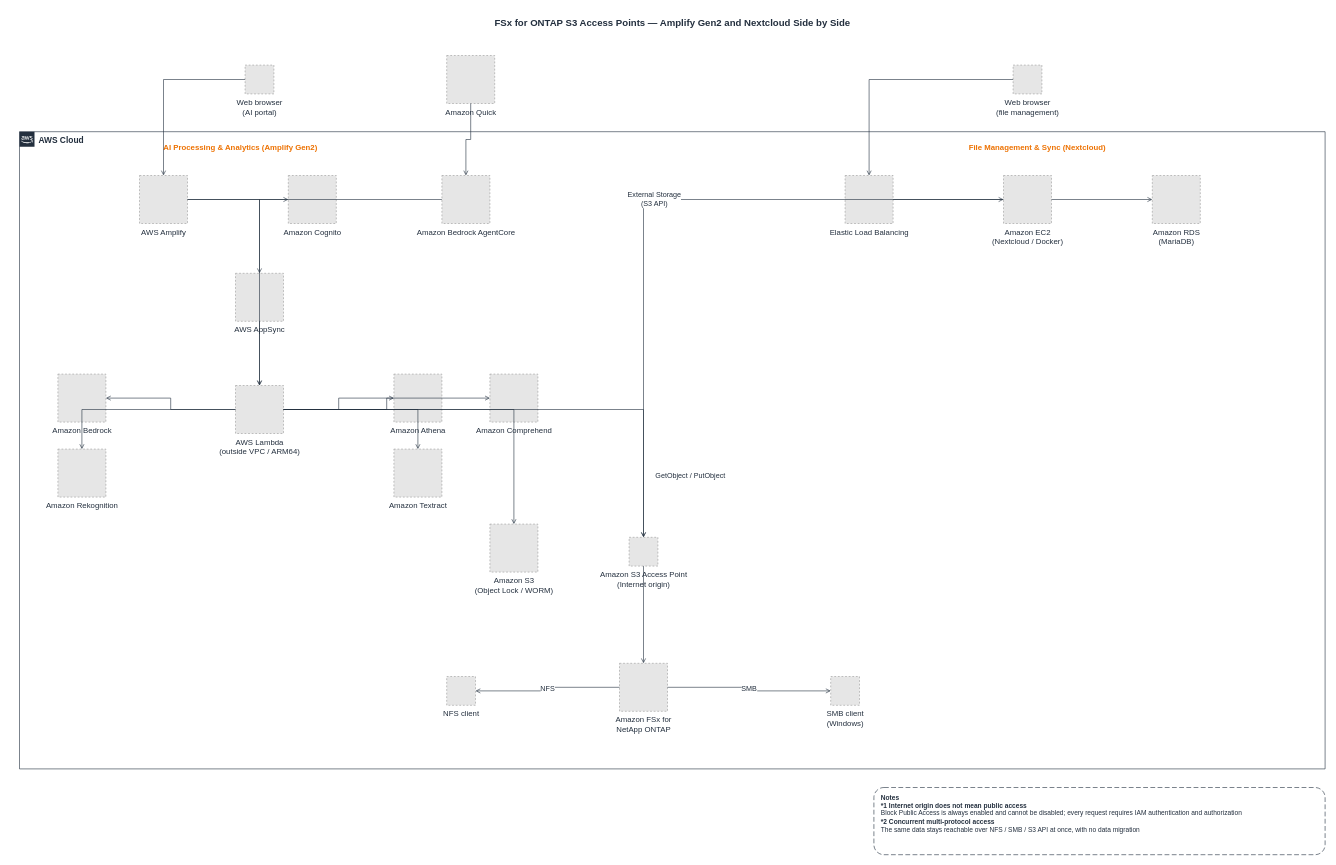
Before: docs/diagrams/coexistence-3path-en.drawio in Yoshiki0705/FSx-for-ONTAP-S3AccessPoints-Serverless-Patterns, a draw.io diagram. Source tidied: cells renumbered, new cells numbered last; positions are measured from the earlier drawing's top-left corner, leaving out a move shared by most shapes. Both pictures are drawn from the tidied source at 60%, with x=0, y=0 at pixel (19, 10). Pictures stored in the file or linked from it are replaced by grey dashed boxes.
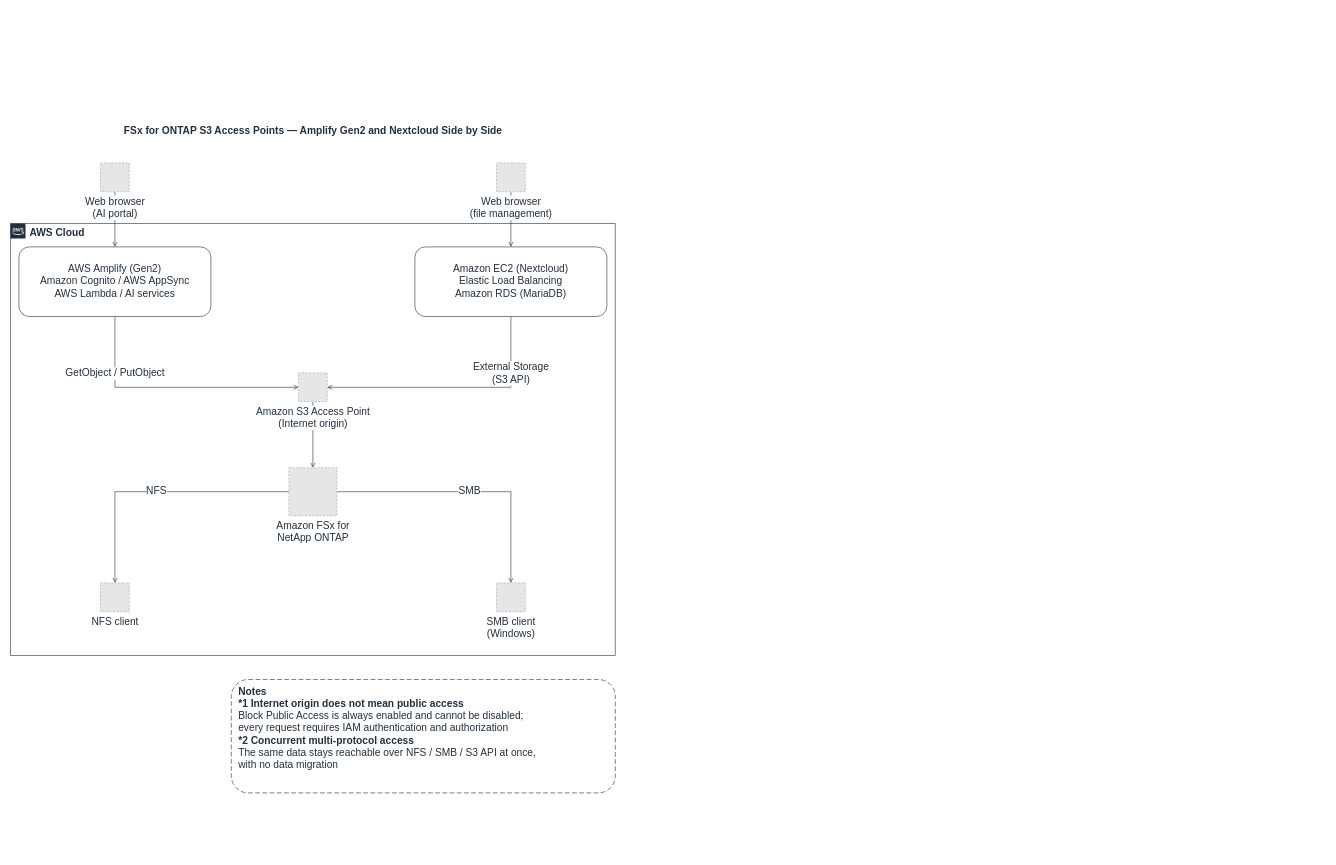
The same diagram, later.

The edit, as a diff of the source:
```diff
@@
+    <mxCell id="46" value="FSx for ONTAP S3 Access Points — Amplify Gen2 and Nextcloud Side by Side" style="text;html=1;align=center;verticalAlign=middle;fontSize=17;fontStyle=1;fontColor=#232F3E;" parent="1" vertex="1">
+      <mxGeometry x="-15" y="184" width="1008" height="34" as="geometry" />
+    </mxCell>
-    <mxCell id="2" value="AWS Cloud" style="gradientColor=none;html=1;whiteSpace=wrap;fontSize=14;fontStyle=1;shape=mxgraph.aws4.group;grIcon=mxgraph.aws4.group_aws_cloud_alt;strokeColor=#232F3E;fillColor=none;verticalAlign=top;align=left;spacingLeft=30;fontColor=#232F3E;dashed=0;" parent="1" vertex="1">
-      <mxGeometry y="202" width="2176" height="1062" as="geometry" />
+    <mxCell id="2" value="AWS Cloud" style="gradientColor=none;html=1;whiteSpace=wrap;fontSize=17;fontStyle=1;shape=mxgraph.aws4.group;grIcon=mxgraph.aws4.group_aws_cloud_alt;strokeColor=#232F3E;fillColor=none;verticalAlign=top;align=left;spacingLeft=30;fontColor=#232F3E;dashed=0;" parent="1" vertex="1">
+      <mxGeometry x="-15" y="355" width="1008" height="720" as="geometry" />
     </mxCell>
-    <mxCell id="3" value="AI Processing &amp; Analytics (Amplify Gen2)" style="text;html=1;align=center;verticalAlign=middle;fontSize=13;fontColor=#ED7100;fontStyle=1;" parent="1" vertex="1">
-      <mxGeometry x="192" y="215" width="352" height="25" as="geometry" />
-    </mxCell>
-    <mxCell id="4" value="File Management &amp; Sync (Nextcloud)" style="text;html=1;align=center;verticalAlign=middle;fontSize=13;fontColor=#ED7100;fontStyle=1;" parent="1" vertex="1">
-      <mxGeometry x="1504" y="215" width="384" height="25" as="geometry" />
-    </mxCell>
+    <mxCell id="48" style="edgeStyle=orthogonalEdgeStyle;rounded=0;jettySize=auto;html=1;endArrow=open;endFill=0;strokeColor=#232F3E;strokeWidth=1;fontSize=17;fontColor=#232F3E;labelBackgroundColor=#ffffff;" parent="1" edge="1" source="5" target="49">
+      <mxGeometry relative="1" as="geometry" />
+    </mxCell>
+    <mxCell id="26" style="edgeStyle=orthogonalEdgeStyle;rounded=0;jettySize=auto;html=1;endArrow=open;endFill=0;strokeColor=#232F3E;strokeWidth=1;fontSize=17;fontColor=#232F3E;labelBackgroundColor=#ffffff;" parent="1" edge="1" source="6" target="50">
+      <mxGeometry relative="1" as="geometry" />
+    </mxCell>
+    <mxCell id="27" value="GetObject / PutObject" style="edgeStyle=orthogonalEdgeStyle;rounded=0;jettySize=auto;html=1;endArrow=open;endFill=0;strokeColor=#232F3E;strokeWidth=1;fontSize=17;fontColor=#232F3E;labelBackgroundColor=#ffffff;exitX=0.5;exitY=1;exitDx=0;exitDy=0;entryX=0;entryY=0.5;entryDx=0;entryDy=0;" parent="1" edge="1" source="49" target="22">
+      <mxGeometry x="-0.55" relative="1" as="geometry" />
+    </mxCell>
+    <mxCell id="30" value="External Storage&lt;br&gt;(S3 API)" style="edgeStyle=orthogonalEdgeStyle;rounded=0;jettySize=auto;html=1;endArrow=open;endFill=0;strokeColor=#232F3E;strokeWidth=1;fontSize=17;fontColor=#232F3E;labelBackgroundColor=#ffffff;exitX=0.5;exitY=1;exitDx=0;exitDy=0;entryX=1;entryY=0.5;entryDx=0;entryDy=0;" parent="1" edge="1" source="50" target="22">
+      <mxGeometry x="-0.55" relative="1" as="geometry" />
+    </mxCell>
+    <mxCell id="32" style="edgeStyle=orthogonalEdgeStyle;rounded=0;jettySize=auto;html=1;endArrow=open;endFill=0;strokeColor=#232F3E;strokeWidth=1;fontSize=17;fontColor=#232F3E;labelBackgroundColor=#ffffff;" parent="1" edge="1" source="22" target="23">
+      <mxGeometry relative="1" as="geometry" />
+    </mxCell>
+    <mxCell id="33" value="NFS" style="edgeStyle=orthogonalEdgeStyle;rounded=0;jettySize=auto;html=1;endArrow=open;endFill=0;strokeColor=#232F3E;strokeWidth=1;fontSize=17;fontColor=#232F3E;labelBackgroundColor=#ffffff;" parent="1" edge="1" source="23" target="24">
+      <mxGeometry relative="1" as="geometry" />
+    </mxCell>
+    <mxCell id="34" value="SMB" style="edgeStyle=orthogonalEdgeStyle;rounded=0;jettySize=auto;html=1;endArrow=open;endFill=0;strokeColor=#232F3E;strokeWidth=1;fontSize=17;fontColor=#232F3E;labelBackgroundColor=#ffffff;" parent="1" edge="1" source="23" target="25">
+      <mxGeometry relative="1" as="geometry" />
+    </mxCell>
-    <mxCell id="5" value="Web browser&#10;(AI portal)" style="fillColor=#E6E6E6;strokeColor=#999999;dashed=1;html=1;verticalLabelPosition=bottom;verticalAlign=top;labelPosition=center;align=center;fontSize=13;fontColor=#232F3E;" parent="1" vertex="1">
-      <mxGeometry x="376" y="91" width="48" height="48" as="geometry" />
+    <mxCell id="5" value="Web browser&lt;br&gt;(AI portal)" style="fillColor=#E6E6E6;strokeColor=#999999;dashed=1;html=1;verticalLabelPosition=bottom;verticalAlign=top;labelPosition=center;align=center;fontSize=17;fontColor=#232F3E;labelBackgroundColor=#FFFFFF;" parent="1" vertex="1">
+      <mxGeometry x="135" y="254" width="48" height="48" as="geometry" />
     </mxCell>
-    <mxCell id="6" value="Web browser&#10;(file management)" style="fillColor=#E6E6E6;strokeColor=#999999;dashed=1;html=1;verticalLabelPosition=bottom;verticalAlign=top;labelPosition=center;align=center;fontSize=13;fontColor=#232F3E;" parent="1" vertex="1">
-      <mxGeometry x="1656" y="91" width="48" height="48" as="geometry" />
+    <mxCell id="6" value="Web browser&lt;br&gt;(file management)" style="fillColor=#E6E6E6;strokeColor=#999999;dashed=1;html=1;verticalLabelPosition=bottom;verticalAlign=top;labelPosition=center;align=center;fontSize=17;fontColor=#232F3E;labelBackgroundColor=#FFFFFF;" parent="1" vertex="1">
+      <mxGeometry x="795" y="254" width="48" height="48" as="geometry" />
     </mxCell>
-    <mxCell id="7" value="Amazon Quick" style="fillColor=#E6E6E6;strokeColor=#999999;dashed=1;html=1;verticalLabelPosition=bottom;verticalAlign=top;labelPosition=center;align=center;fontSize=13;fontColor=#232F3E;" parent="1" vertex="1">
-      <mxGeometry x="712" y="75" width="80" height="80" as="geometry" />
-    </mxCell>
-    <mxCell id="8" value="AWS Amplify" style="fillColor=#E6E6E6;strokeColor=#999999;dashed=1;html=1;verticalLabelPosition=bottom;verticalAlign=top;labelPosition=center;align=center;fontSize=13;fontColor=#232F3E;" parent="1" vertex="1">
-      <mxGeometry x="200" y="275" width="80" height="80" as="geometry" />
-    </mxCell>
-    <mxCell id="9" value="Amazon Cognito" style="fillColor=#E6E6E6;strokeColor=#999999;dashed=1;html=1;verticalLabelPosition=bottom;verticalAlign=top;labelPosition=center;align=center;fontSize=13;fontColor=#232F3E;" parent="1" vertex="1">
-      <mxGeometry x="448" y="275" width="80" height="80" as="geometry" />
-    </mxCell>
-    <mxCell id="10" value="AWS AppSync" style="fillColor=#E6E6E6;strokeColor=#999999;dashed=1;html=1;verticalLabelPosition=bottom;verticalAlign=top;labelPosition=center;align=center;fontSize=13;fontColor=#232F3E;" parent="1" vertex="1">
-      <mxGeometry x="360" y="438" width="80" height="80" as="geometry" />
-    </mxCell>
-    <mxCell id="11" value="Amazon Bedrock AgentCore" style="fillColor=#E6E6E6;strokeColor=#999999;dashed=1;html=1;verticalLabelPosition=bottom;verticalAlign=top;labelPosition=center;align=center;fontSize=13;fontColor=#232F3E;" parent="1" vertex="1">
-      <mxGeometry x="704" y="275" width="80" height="80" as="geometry" />
-    </mxCell>
-    <mxCell id="12" value="AWS Lambda&#10;(outside VPC / ARM64)" style="fillColor=#E6E6E6;strokeColor=#999999;dashed=1;html=1;verticalLabelPosition=bottom;verticalAlign=top;labelPosition=center;align=center;fontSize=13;fontColor=#232F3E;" parent="1" vertex="1">
-      <mxGeometry x="360" y="625" width="80" height="80" as="geometry" />
-    </mxCell>
-    <mxCell id="13" value="Amazon Bedrock" style="fillColor=#E6E6E6;strokeColor=#999999;dashed=1;html=1;verticalLabelPosition=bottom;verticalAlign=top;labelPosition=center;align=center;fontSize=13;fontColor=#232F3E;" parent="1" vertex="1">
-      <mxGeometry x="64" y="606" width="80" height="80" as="geometry" />
-    </mxCell>
-    <mxCell id="14" value="Amazon Rekognition" style="fillColor=#E6E6E6;strokeColor=#999999;dashed=1;html=1;verticalLabelPosition=bottom;verticalAlign=top;labelPosition=center;align=center;fontSize=13;fontColor=#232F3E;" parent="1" vertex="1">
-      <mxGeometry x="64" y="731" width="80" height="80" as="geometry" />
-    </mxCell>
-    <mxCell id="15" value="Amazon Athena" style="fillColor=#E6E6E6;strokeColor=#999999;dashed=1;html=1;verticalLabelPosition=bottom;verticalAlign=top;labelPosition=center;align=center;fontSize=13;fontColor=#232F3E;" parent="1" vertex="1">
-      <mxGeometry x="624" y="606" width="80" height="80" as="geometry" />
-    </mxCell>
-    <mxCell id="16" value="Amazon Textract" style="fillColor=#E6E6E6;strokeColor=#999999;dashed=1;html=1;verticalLabelPosition=bottom;verticalAlign=top;labelPosition=center;align=center;fontSize=13;fontColor=#232F3E;" parent="1" vertex="1">
-      <mxGeometry x="624" y="731" width="80" height="80" as="geometry" />
-    </mxCell>
-    <mxCell id="17" value="Amazon Comprehend" style="fillColor=#E6E6E6;strokeColor=#999999;dashed=1;html=1;verticalLabelPosition=bottom;verticalAlign=top;labelPosition=center;align=center;fontSize=13;fontColor=#232F3E;" parent="1" vertex="1">
-      <mxGeometry x="784" y="606" width="80" height="80" as="geometry" />
-    </mxCell>
-    <mxCell id="18" value="Amazon S3&#10;(Object Lock / WORM)" style="fillColor=#E6E6E6;strokeColor=#999999;dashed=1;html=1;verticalLabelPosition=bottom;verticalAlign=top;labelPosition=center;align=center;fontSize=13;fontColor=#232F3E;" parent="1" vertex="1">
-      <mxGeometry x="784" y="856" width="80" height="80" as="geometry" />
-    </mxCell>
-    <mxCell id="19" value="Amazon EC2&#10;(Nextcloud / Docker)" style="fillColor=#E6E6E6;strokeColor=#999999;dashed=1;html=1;verticalLabelPosition=bottom;verticalAlign=top;labelPosition=center;align=center;fontSize=13;fontColor=#232F3E;" parent="1" vertex="1">
-      <mxGeometry x="1640" y="275" width="80" height="80" as="geometry" />
-    </mxCell>
-    <mxCell id="20" value="Elastic Load Balancing" style="fillColor=#E6E6E6;strokeColor=#999999;dashed=1;html=1;verticalLabelPosition=bottom;verticalAlign=top;labelPosition=center;align=center;fontSize=13;fontColor=#232F3E;" parent="1" vertex="1">
-      <mxGeometry x="1376" y="275" width="80" height="80" as="geometry" />
-    </mxCell>
-    <mxCell id="21" value="Amazon RDS&#10;(MariaDB)" style="fillColor=#E6E6E6;strokeColor=#999999;dashed=1;html=1;verticalLabelPosition=bottom;verticalAlign=top;labelPosition=center;align=center;fontSize=13;fontColor=#232F3E;" parent="1" vertex="1">
-      <mxGeometry x="1888" y="275" width="80" height="80" as="geometry" />
-    </mxCell>
+    <mxCell id="49" value="AWS Amplify (Gen2)&lt;br&gt;Amazon Cognito / AWS AppSync&lt;br&gt;AWS Lambda / AI services" style="rounded=1;whiteSpace=wrap;html=1;dashed=0;strokeColor=#232F3E;fillColor=#FFFFFF;align=center;verticalAlign=middle;fontSize=17;fontColor=#232F3E;" parent="1" vertex="1">
+      <mxGeometry x="-1" y="394" width="320" height="116" as="geometry" />
+    </mxCell>
+    <mxCell id="50" value="Amazon EC2 (Nextcloud)&lt;br&gt;Elastic Load Balancing&lt;br&gt;Amazon RDS (MariaDB)" style="rounded=1;whiteSpace=wrap;html=1;dashed=0;strokeColor=#232F3E;fillColor=#FFFFFF;align=center;verticalAlign=middle;fontSize=17;fontColor=#232F3E;" parent="1" vertex="1">
+      <mxGeometry x="659" y="394" width="320" height="116" as="geometry" />
+    </mxCell>
-    <mxCell id="22" value="Amazon S3 Access Point&#10;(Internet origin)" style="fillColor=#E6E6E6;strokeColor=#999999;dashed=1;html=1;verticalLabelPosition=bottom;verticalAlign=top;labelPosition=center;align=center;fontSize=13;fontColor=#232F3E;" parent="1" vertex="1">
-      <mxGeometry x="1016" y="878" width="48" height="48" as="geometry" />
+    <mxCell id="22" value="Amazon S3 Access Point&lt;br&gt;(Internet origin)" style="fillColor=#E6E6E6;strokeColor=#999999;dashed=1;html=1;verticalLabelPosition=bottom;verticalAlign=top;labelPosition=center;align=center;fontSize=17;fontColor=#232F3E;labelBackgroundColor=#FFFFFF;" parent="1" vertex="1">
+      <mxGeometry x="465" y="604" width="48" height="48" as="geometry" />
     </mxCell>
-    <mxCell id="23" value="Amazon FSx for&#10;NetApp ONTAP" style="fillColor=#E6E6E6;strokeColor=#999999;dashed=1;html=1;verticalLabelPosition=bottom;verticalAlign=top;labelPosition=center;align=center;fontSize=13;fontColor=#232F3E;" parent="1" vertex="1">
-      <mxGeometry x="1000" y="1088" width="80" height="80" as="geometry" />
+    <mxCell id="23" value="Amazon FSx for&lt;br&gt;NetApp ONTAP" style="fillColor=#E6E6E6;strokeColor=#999999;dashed=1;html=1;verticalLabelPosition=bottom;verticalAlign=top;labelPosition=center;align=center;fontSize=17;fontColor=#232F3E;labelBackgroundColor=#FFFFFF;" parent="1" vertex="1">
+      <mxGeometry x="449" y="762" width="80" height="80" as="geometry" />
     </mxCell>
-    <mxCell id="24" value="NFS client" style="fillColor=#E6E6E6;strokeColor=#999999;dashed=1;html=1;verticalLabelPosition=bottom;verticalAlign=top;labelPosition=center;align=center;fontSize=13;fontColor=#232F3E;" parent="1" vertex="1">
-      <mxGeometry x="712" y="1110" width="48" height="48" as="geometry" />
+    <mxCell id="24" value="NFS client" style="fillColor=#E6E6E6;strokeColor=#999999;dashed=1;html=1;verticalLabelPosition=bottom;verticalAlign=top;labelPosition=center;align=center;fontSize=17;fontColor=#232F3E;labelBackgroundColor=#FFFFFF;" parent="1" vertex="1">
+      <mxGeometry x="135" y="954" width="48" height="48" as="geometry" />
     </mxCell>
-    <mxCell id="25" value="SMB client&#10;(Windows)" style="fillColor=#E6E6E6;strokeColor=#999999;dashed=1;html=1;verticalLabelPosition=bottom;verticalAlign=top;labelPosition=center;align=center;fontSize=13;fontColor=#232F3E;" parent="1" vertex="1">
-      <mxGeometry x="1352" y="1110" width="48" height="48" as="geometry" />
+    <mxCell id="25" value="SMB client&lt;br&gt;(Windows)" style="fillColor=#E6E6E6;strokeColor=#999999;dashed=1;html=1;verticalLabelPosition=bottom;verticalAlign=top;labelPosition=center;align=center;fontSize=17;fontColor=#232F3E;labelBackgroundColor=#FFFFFF;" parent="1" vertex="1">
+      <mxGeometry x="795" y="954" width="48" height="48" as="geometry" />
     </mxCell>
-    <mxCell id="26" style="edgeStyle=orthogonalEdgeStyle;rounded=0;jettySize=auto;html=1;endArrow=open;endFill=0;strokeColor=#232F3E;strokeWidth=1;fontSize=12;fontColor=#232F3E;labelBackgroundColor=#ffffff;" parent="1" edge="1" source="5" target="8">
-      <mxGeometry relative="1" as="geometry" />
-    </mxCell>
-    <mxCell id="27" style="edgeStyle=orthogonalEdgeStyle;rounded=0;jettySize=auto;html=1;endArrow=open;endFill=0;strokeColor=#232F3E;strokeWidth=1;fontSize=12;fontColor=#232F3E;labelBackgroundColor=#ffffff;" parent="1" edge="1" source="8" target="10">
-      <mxGeometry relative="1" as="geometry" />
-    </mxCell>
-    <mxCell id="28" style="edgeStyle=orthogonalEdgeStyle;rounded=0;jettySize=auto;html=1;endArrow=open;endFill=0;strokeColor=#232F3E;strokeWidth=1;fontSize=12;fontColor=#232F3E;labelBackgroundColor=#ffffff;" parent="1" edge="1" source="8" target="9">
-      <mxGeometry relative="1" as="geometry" />
-    </mxCell>
-    <mxCell id="29" style="edgeStyle=orthogonalEdgeStyle;rounded=0;jettySize=auto;html=1;endArrow=open;endFill=0;strokeColor=#232F3E;strokeWidth=1;fontSize=12;fontColor=#232F3E;labelBackgroundColor=#ffffff;" parent="1" edge="1" source="7" target="11">
-      <mxGeometry relative="1" as="geometry" />
-    </mxCell>
-    <mxCell id="30" style="edgeStyle=orthogonalEdgeStyle;rounded=0;jettySize=auto;html=1;endArrow=open;endFill=0;strokeColor=#232F3E;strokeWidth=1;fontSize=12;fontColor=#232F3E;labelBackgroundColor=#ffffff;" parent="1" edge="1" source="10" target="12">
-      <mxGeometry relative="1" as="geometry" />
-    </mxCell>
-    <mxCell id="31" style="edgeStyle=orthogonalEdgeStyle;rounded=0;jettySize=auto;html=1;endArrow=open;endFill=0;strokeColor=#232F3E;strokeWidth=1;fontSize=12;fontColor=#232F3E;labelBackgroundColor=#ffffff;" parent="1" edge="1" source="11" target="12">
-      <mxGeometry relative="1" as="geometry" />
-    </mxCell>
-    <mxCell id="32" value="GetObject / PutObject" style="edgeStyle=orthogonalEdgeStyle;rounded=0;jettySize=auto;html=1;endArrow=open;endFill=0;strokeColor=#232F3E;strokeWidth=1;fontSize=12;fontColor=#232F3E;labelBackgroundColor=#ffffff;" parent="1" edge="1" source="12" target="22">
-      <mxGeometry x="0.75" relative="1" as="geometry">
-        <mxPoint x="78" as="offset" />
-      </mxGeometry>
-    </mxCell>
-    <mxCell id="33" style="edgeStyle=orthogonalEdgeStyle;rounded=0;jettySize=auto;html=1;endArrow=open;endFill=0;strokeColor=#232F3E;strokeWidth=1;fontSize=12;fontColor=#232F3E;labelBackgroundColor=#ffffff;" parent="1" edge="1" source="12" target="13">
-      <mxGeometry relative="1" as="geometry" />
-    </mxCell>
-    <mxCell id="34" style="edgeStyle=orthogonalEdgeStyle;rounded=0;jettySize=auto;html=1;endArrow=open;endFill=0;strokeColor=#232F3E;strokeWidth=1;fontSize=12;fontColor=#232F3E;labelBackgroundColor=#ffffff;" parent="1" edge="1" source="12" target="14">
-      <mxGeometry relative="1" as="geometry" />
-    </mxCell>
-    <mxCell id="35" style="edgeStyle=orthogonalEdgeStyle;rounded=0;jettySize=auto;html=1;endArrow=open;endFill=0;strokeColor=#232F3E;strokeWidth=1;fontSize=12;fontColor=#232F3E;labelBackgroundColor=#ffffff;" parent="1" edge="1" source="12" target="15">
-      <mxGeometry relative="1" as="geometry" />
-    </mxCell>
-    <mxCell id="36" style="edgeStyle=orthogonalEdgeStyle;rounded=0;jettySize=auto;html=1;endArrow=open;endFill=0;strokeColor=#232F3E;strokeWidth=1;fontSize=12;fontColor=#232F3E;labelBackgroundColor=#ffffff;" parent="1" edge="1" source="12" target="16">
-      <mxGeometry relative="1" as="geometry" />
-    </mxCell>
-    <mxCell id="37" style="edgeStyle=orthogonalEdgeStyle;rounded=0;jettySize=auto;html=1;endArrow=open;endFill=0;strokeColor=#232F3E;strokeWidth=1;fontSize=12;fontColor=#232F3E;labelBackgroundColor=#ffffff;" parent="1" edge="1" source="12" target="17">
-      <mxGeometry relative="1" as="geometry" />
-    </mxCell>
-    <mxCell id="38" style="edgeStyle=orthogonalEdgeStyle;rounded=0;jettySize=auto;html=1;endArrow=open;endFill=0;strokeColor=#232F3E;strokeWidth=1;fontSize=12;fontColor=#232F3E;labelBackgroundColor=#ffffff;" parent="1" edge="1" source="12" target="18">
-      <mxGeometry relative="1" as="geometry" />
-    </mxCell>
-    <mxCell id="39" style="edgeStyle=orthogonalEdgeStyle;rounded=0;jettySize=auto;html=1;endArrow=open;endFill=0;strokeColor=#232F3E;strokeWidth=1;fontSize=12;fontColor=#232F3E;labelBackgroundColor=#ffffff;" parent="1" edge="1" source="6" target="20">
-      <mxGeometry relative="1" as="geometry" />
-    </mxCell>
-    <mxCell id="40" style="edgeStyle=orthogonalEdgeStyle;rounded=0;jettySize=auto;html=1;endArrow=open;endFill=0;strokeColor=#232F3E;strokeWidth=1;fontSize=12;fontColor=#232F3E;labelBackgroundColor=#ffffff;" parent="1" edge="1" source="20" target="19">
-      <mxGeometry relative="1" as="geometry" />
-    </mxCell>
-    <mxCell id="41" value="External Storage&#10;(S3 API)" style="edgeStyle=orthogonalEdgeStyle;rounded=0;jettySize=auto;html=1;endArrow=open;endFill=0;strokeColor=#232F3E;strokeWidth=1;fontSize=12;fontColor=#232F3E;labelBackgroundColor=#ffffff;" parent="1" edge="1" source="19" target="22">
-      <mxGeometry relative="1" as="geometry" />
-    </mxCell>
-    <mxCell id="42" style="edgeStyle=orthogonalEdgeStyle;rounded=0;jettySize=auto;html=1;endArrow=open;endFill=0;strokeColor=#232F3E;strokeWidth=1;fontSize=12;fontColor=#232F3E;labelBackgroundColor=#ffffff;" parent="1" edge="1" source="19" target="21">
-      <mxGeometry relative="1" as="geometry" />
-    </mxCell>
-    <mxCell id="43" style="edgeStyle=orthogonalEdgeStyle;rounded=0;jettySize=auto;html=1;endArrow=open;endFill=0;strokeColor=#232F3E;strokeWidth=1;fontSize=12;fontColor=#232F3E;labelBackgroundColor=#ffffff;" parent="1" edge="1" source="22" target="23">
-      <mxGeometry relative="1" as="geometry" />
-    </mxCell>
-    <mxCell id="44" value="NFS" style="edgeStyle=orthogonalEdgeStyle;rounded=0;jettySize=auto;html=1;endArrow=open;endFill=0;strokeColor=#232F3E;strokeWidth=1;fontSize=12;fontColor=#232F3E;labelBackgroundColor=#ffffff;" parent="1" edge="1" source="23" target="24">
-      <mxGeometry relative="1" as="geometry" />
-    </mxCell>
-    <mxCell id="45" value="SMB" style="edgeStyle=orthogonalEdgeStyle;rounded=0;jettySize=auto;html=1;endArrow=open;endFill=0;strokeColor=#232F3E;strokeWidth=1;fontSize=12;fontColor=#232F3E;labelBackgroundColor=#ffffff;" parent="1" edge="1" source="23" target="25">
-      <mxGeometry relative="1" as="geometry" />
-    </mxCell>
-    <mxCell id="46" value="FSx for ONTAP S3 Access Points — Amplify Gen2 and Nextcloud Side by Side" style="text;html=1;align=center;verticalAlign=middle;fontSize=16;fontStyle=1;fontColor=#232F3E;" parent="1" vertex="1">
-      <mxGeometry width="2176" height="42" as="geometry" />
-    </mxCell>
-    <mxCell id="47" value="&lt;b&gt;Notes&lt;/b&gt;&lt;br&gt;&lt;b&gt;*1 Internet origin does not mean public access&lt;/b&gt;&lt;br&gt;Block Public Access is always enabled and cannot be disabled; every request requires IAM authentication and authorization&lt;br&gt;&lt;b&gt;*2 Concurrent multi-protocol access&lt;/b&gt;&lt;br&gt;The same data stays reachable over NFS / SMB / S3 API at once, with no data migration" style="rounded=1;whiteSpace=wrap;html=1;dashed=1;dashPattern=8 4;strokeColor=#232F3E;fillColor=#FFFFFF;align=left;verticalAlign=top;spacingLeft=10;spacingTop=4;fontSize=11;fontColor=#232F3E;" parent="1" vertex="1">
-      <mxGeometry x="1424" y="1295" width="752" height="112" as="geometry" />
+    <mxCell id="47" value="&lt;b&gt;Notes&lt;/b&gt;&lt;br&gt;&lt;b&gt;*1 Internet origin does not mean public access&lt;/b&gt;&lt;br&gt;Block Public Access is always enabled and cannot be disabled;&lt;br&gt;every request requires IAM authentication and authorization&lt;br&gt;&lt;b&gt;*2 Concurrent multi-protocol access&lt;/b&gt;&lt;br&gt;The same data stays reachable over NFS / SMB / S3 API at once,&lt;br&gt;with no data migration" style="rounded=1;whiteSpace=wrap;html=1;dashed=1;dashPattern=8 4;strokeColor=#232F3E;fillColor=#FFFFFF;align=left;verticalAlign=top;spacingLeft=10;spacingTop=4;fontSize=17;fontColor=#232F3E;" parent="1" vertex="1">
+      <mxGeometry x="353" y="1115" width="640" height="189" as="geometry" />
     </mxCell>
```
